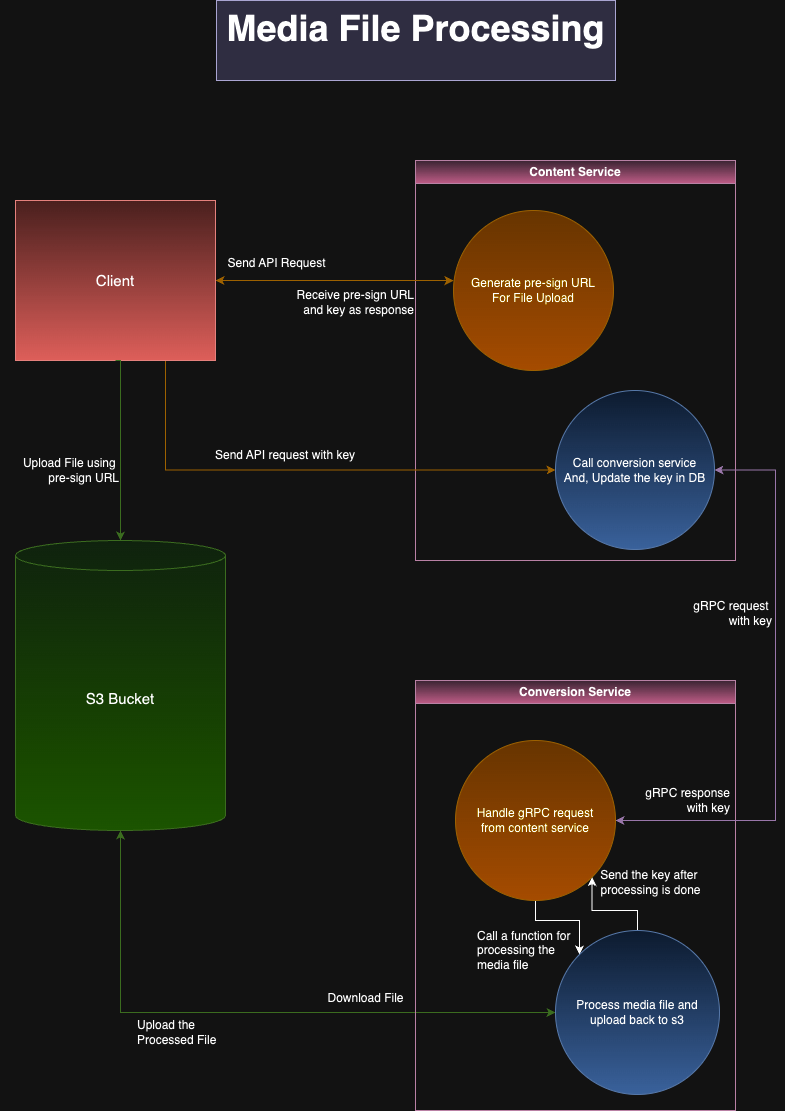
Above: assets/media_processing.png in thejasmeetsingh/spotify-clone (draw.io), before the change. Source tidied: cells renumbered, new cells last; positions are measured from the earlier drawing's top-left corner, leaving out a move shared by most shapes.
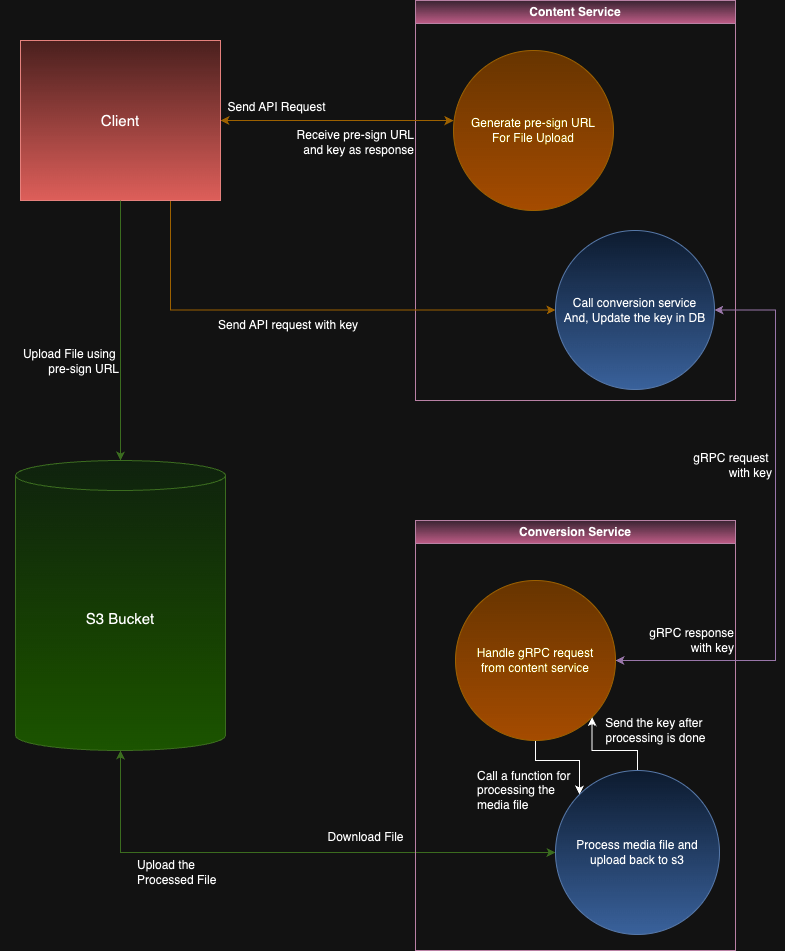
The same diagram one commit later.

Commit message:
Updated the media processing architecture

The edit, as a diff of the source:
```diff
@@ -3,7 +3,7 @@
     <mxCell id="0" />
     <mxCell id="1" parent="0" />
     <mxCell id="2" value="Content Service" style="swimlane;whiteSpace=wrap;html=1;fillColor=#e6d0de;gradientColor=#d5739d;strokeColor=#996185;" parent="1" vertex="1">
-      <mxGeometry x="415" y="160" width="320" height="400" as="geometry" />
+      <mxGeometry x="415" y="80" width="320" height="400" as="geometry" />
     </mxCell>
     <mxCell id="3" value="Generate pre-sign URL&lt;div&gt;For File Upload&lt;/div&gt;" style="ellipse;whiteSpace=wrap;html=1;fillColor=#ffcd28;gradientColor=#ffa500;strokeColor=#d79b00;" parent="2" vertex="1">
       <mxGeometry x="38" y="50" width="160" height="160" as="geometry" />
@@ -18,7 +18,7 @@
       <mxGeometry x="15" y="540" width="210" height="290" as="geometry" />
     </mxCell>
     <mxCell id="7" value="Conversion Service" style="swimlane;whiteSpace=wrap;html=1;fillColor=#e6d0de;gradientColor=#d5739d;strokeColor=#996185;" parent="1" vertex="1">
-      <mxGeometry x="415" y="680" width="320" height="430" as="geometry" />
+      <mxGeometry x="415" y="600" width="320" height="430" as="geometry" />
     </mxCell>
     <mxCell id="8" style="edgeStyle=orthogonalEdgeStyle;rounded=0;jettySize=auto;html=1;exitX=0.5;exitY=1;exitDx=0;exitDy=0;entryX=0;entryY=0;entryDx=0;entryDy=0;" parent="7" edge="1" source="9" target="11">
       <mxGeometry relative="1" as="geometry" />
@@ -35,59 +35,61 @@
     <mxCell id="12" value="Call a function for&lt;div&gt;processing the&lt;/div&gt;&lt;div&gt;media file&lt;/div&gt;" style="text;html=1;align=left;verticalAlign=middle;strokeColor=none;fillColor=none;" parent="7" vertex="1">
       <mxGeometry x="60" y="240" width="120" height="60" as="geometry" />
     </mxCell>
+    <mxCell id="23" value="gRPC response&lt;div&gt;with key&lt;/div&gt;" style="text;html=1;align=right;verticalAlign=middle;strokeColor=none;fillColor=none;" parent="7" vertex="1">
+      <mxGeometry x="210" y="100" width="110" height="40" as="geometry" />
+    </mxCell>
+    <mxCell id="26" value="Send the key after&amp;nbsp;&lt;div&gt;processing is done&lt;/div&gt;" style="text;html=1;align=center;verticalAlign=middle;strokeColor=none;fillColor=none;" parent="7" vertex="1">
+      <mxGeometry x="180" y="190" width="120" height="40" as="geometry" />
+    </mxCell>
     <mxCell id="13" style="edgeStyle=orthogonalEdgeStyle;rounded=0;jettySize=auto;html=1;exitX=1;exitY=0.5;exitDx=0;exitDy=0;startArrow=classic;startFill=1;entryX=0;entryY=0.438;entryDx=0;entryDy=0;entryPerimeter=0;fillColor=#ffe6cc;strokeColor=#d79b00;" parent="1" edge="1" source="15" target="3">
-      <mxGeometry relative="1" as="geometry" />
+      <mxGeometry relative="1" as="geometry">
+        <Array as="points">
+          <mxPoint x="285" y="200" />
+          <mxPoint x="285" y="200" />
+        </Array>
+      </mxGeometry>
     </mxCell>
     <mxCell id="14" style="edgeStyle=orthogonalEdgeStyle;rounded=0;jettySize=auto;html=1;exitX=0.75;exitY=1;exitDx=0;exitDy=0;entryX=0;entryY=0.5;entryDx=0;entryDy=0;startArrow=none;startFill=0;fillColor=#ffe6cc;strokeColor=#d79b00;" parent="1" edge="1" source="15" target="4">
       <mxGeometry relative="1" as="geometry" />
     </mxCell>
     <mxCell id="15" value="&lt;font style=&quot;font-size: 15px;&quot;&gt;Client&lt;/font&gt;" style="rounded=0;whiteSpace=wrap;html=1;fillColor=#f8cecc;gradientColor=#ea6b66;strokeColor=#b85450;" parent="1" vertex="1">
-      <mxGeometry x="15" y="200" width="200" height="160" as="geometry" />
+      <mxGeometry x="20" y="120" width="200" height="160" as="geometry" />
     </mxCell>
     <mxCell id="16" value="Send API Request" style="text;html=1;align=center;verticalAlign=middle;strokeColor=none;fillColor=none;" parent="1" vertex="1">
-      <mxGeometry x="216" y="248" width="120" height="30" as="geometry" />
+      <mxGeometry x="216" y="172" width="120" height="30" as="geometry" />
     </mxCell>
     <mxCell id="17" value="&lt;div style=&quot;&quot;&gt;&lt;span style=&quot;background-color: initial;&quot;&gt;Receive pre-sign URL&lt;/span&gt;&lt;/div&gt;&lt;div style=&quot;&quot;&gt;and key&amp;nbsp;&lt;span style=&quot;background-color: initial;&quot;&gt;as response&lt;/span&gt;&lt;/div&gt;" style="text;html=1;align=right;verticalAlign=middle;strokeColor=none;fillColor=none;" parent="1" vertex="1">
-      <mxGeometry x="275" y="282" width="140" height="40" as="geometry" />
+      <mxGeometry x="275" y="202" width="140" height="40" as="geometry" />
     </mxCell>
     <mxCell id="18" style="edgeStyle=orthogonalEdgeStyle;rounded=0;jettySize=auto;html=1;exitX=0.5;exitY=1;exitDx=0;exitDy=0;entryX=0.5;entryY=0;entryDx=0;entryDy=0;entryPerimeter=0;fillColor=#d5e8d4;strokeColor=#82b366;" parent="1" edge="1" source="15" target="6">
       <mxGeometry relative="1" as="geometry">
         <Array as="points">
-          <mxPoint x="120" y="360" />
+          <mxPoint x="120" y="282" />
         </Array>
       </mxGeometry>
     </mxCell>
     <mxCell id="19" value="Send API request&amp;nbsp;&lt;span style=&quot;background-color: initial;&quot;&gt;with key&lt;/span&gt;" style="text;html=1;align=left;verticalAlign=middle;strokeColor=none;fillColor=none;" parent="1" vertex="1">
-      <mxGeometry x="213" y="440" width="160" height="30" as="geometry" />
+      <mxGeometry x="216" y="390" width="160" height="30" as="geometry" />
     </mxCell>
     <mxCell id="20" value="Upload File using&amp;nbsp;&lt;div&gt;pre-sign URL&lt;/div&gt;" style="text;html=1;align=right;verticalAlign=middle;strokeColor=none;fillColor=none;" parent="1" vertex="1">
-      <mxGeometry y="450" width="120" height="40" as="geometry" />
+      <mxGeometry y="421" width="120" height="40" as="geometry" />
     </mxCell>
     <mxCell id="21" style="edgeStyle=orthogonalEdgeStyle;rounded=0;jettySize=auto;html=1;exitX=1;exitY=0.5;exitDx=0;exitDy=0;entryX=1;entryY=0.5;entryDx=0;entryDy=0;startArrow=classic;startFill=1;fillColor=#e1d5e7;strokeColor=#9673a6;" parent="1" edge="1" source="4" target="9">
       <mxGeometry relative="1" as="geometry">
         <Array as="points">
-          <mxPoint x="775" y="470" />
-          <mxPoint x="775" y="820" />
+          <mxPoint x="775" y="390" />
+          <mxPoint x="775" y="740" />
         </Array>
       </mxGeometry>
     </mxCell>
     <mxCell id="22" value="gRPC request&amp;nbsp;&lt;div&gt;with key&lt;/div&gt;" style="text;html=1;align=right;verticalAlign=middle;strokeColor=none;fillColor=none;" parent="1" vertex="1">
-      <mxGeometry x="673" y="593" width="100" height="40" as="geometry" />
+      <mxGeometry x="673" y="525" width="100" height="40" as="geometry" />
     </mxCell>
-    <mxCell id="23" value="gRPC response&lt;div&gt;with key&lt;/div&gt;" style="text;html=1;align=right;verticalAlign=middle;strokeColor=none;fillColor=none;" parent="1" vertex="1">
-      <mxGeometry x="621" y="780" width="110" height="40" as="geometry" />
-    </mxCell>
     <mxCell id="24" value="Download File" style="text;html=1;align=center;verticalAlign=middle;strokeColor=none;fillColor=none;" parent="1" vertex="1">
-      <mxGeometry x="315" y="983" width="100" height="30" as="geometry" />
+      <mxGeometry x="315" y="902" width="100" height="30" as="geometry" />
     </mxCell>
     <mxCell id="25" value="Upload the&amp;nbsp;&lt;div&gt;Processed File&lt;/div&gt;" style="text;html=1;align=left;verticalAlign=middle;strokeColor=none;fillColor=none;" parent="1" vertex="1">
-      <mxGeometry x="135" y="1012" width="100" height="40" as="geometry" />
+      <mxGeometry x="135" y="932" width="100" height="40" as="geometry" />
     </mxCell>
-    <mxCell id="26" value="Send the key after&amp;nbsp;&lt;div&gt;processing is done&lt;/div&gt;" style="text;html=1;align=center;verticalAlign=middle;strokeColor=none;fillColor=none;" parent="1" vertex="1">
-      <mxGeometry x="590" y="862" width="120" height="40" as="geometry" />
-    </mxCell>
-    <mxCell id="27" value="&lt;h1 style=&quot;margin-top: 0px;&quot;&gt;&lt;font style=&quot;font-size: 36px;&quot;&gt;Media File Processing&lt;/font&gt;&lt;/h1&gt;" style="text;html=1;whiteSpace=wrap;overflow=hidden;rounded=0;align=center;fillColor=#d0cee2;strokeColor=#56517e;" parent="1" vertex="1">
-      <mxGeometry x="216" width="399" height="80" as="geometry" />
-    </mxCell>
   </root>
 </mxGraphModel>
```
